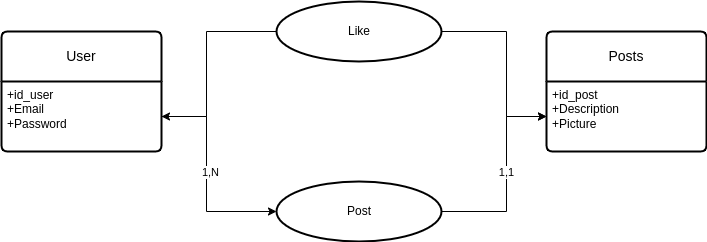
The draw.io diagram Diagram/Modélisation DB.drawio.png in Muking3/Project_API_Twitter, before a commit. Source tidied: cells renumbered, new cells last; positions are measured from the earlier drawing's top-left corner, leaving out a move shared by most shapes.
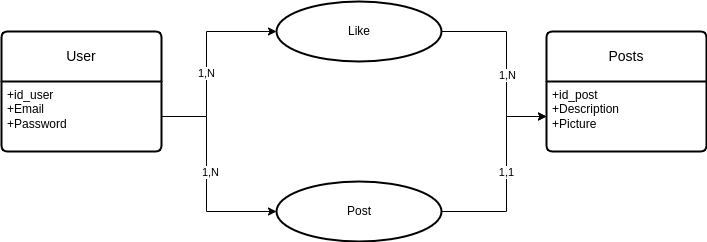
Above is the later version.

Commit message:
Mettre à jour Modélisation DB.drawio.png

The edit, as a diff of the source:
```diff
@@ -46,14 +46,6 @@
     <mxCell id="11" value="Post" style="text;html=1;strokeColor=none;fillColor=none;align=center;verticalAlign=middle;whiteSpace=wrap;rounded=0;" parent="1" vertex="1">
       <mxGeometry x="327.5" y="195" width="60" height="30" as="geometry" />
     </mxCell>
-    <mxCell id="12" style="edgeStyle=orthogonalEdgeStyle;rounded=0;jettySize=auto;html=1;entryX=1;entryY=0.5;entryDx=0;entryDy=0;" parent="1" edge="1" source="14" target="3">
-      <mxGeometry relative="1" as="geometry">
-        <Array as="points">
-          <mxPoint x="205" y="30" />
-          <mxPoint x="205" y="115" />
-        </Array>
-      </mxGeometry>
-    </mxCell>
     <mxCell id="13" style="edgeStyle=orthogonalEdgeStyle;rounded=0;jettySize=auto;html=1;exitX=1;exitY=0.5;exitDx=0;exitDy=0;entryX=0;entryY=0.5;entryDx=0;entryDy=0;" parent="1" edge="1" source="14" target="5">
       <mxGeometry relative="1" as="geometry">
         <Array as="points">
@@ -62,11 +54,25 @@
         </Array>
       </mxGeometry>
     </mxCell>
+    <mxCell id="16" value="1,N" style="edgeLabel;html=1;align=center;verticalAlign=middle;" parent="13" vertex="1">
+      <mxGeometry x="0.13" relative="1" as="geometry" />
+    </mxCell>
     <mxCell id="14" style="ellipse;whiteSpace=wrap;html=1;fontSize=14;fontStyle=0;startSize=50;rounded=1;strokeWidth=2;shadow=0;dashed=0;arcSize=4;" parent="1" vertex="1">
       <mxGeometry x="275" width="165" height="60" as="geometry" />
     </mxCell>
     <mxCell id="15" value="Like" style="text;html=1;strokeColor=none;fillColor=none;align=center;verticalAlign=middle;whiteSpace=wrap;rounded=0;" parent="1" vertex="1">
       <mxGeometry x="327.5" y="15" width="60" height="30" as="geometry" />
     </mxCell>
+    <mxCell id="17" style="edgeStyle=orthogonalEdgeStyle;rounded=0;jettySize=auto;html=1;exitX=1;exitY=0.5;exitDx=0;exitDy=0;entryX=0;entryY=0.5;entryDx=0;entryDy=0;" parent="1" edge="1" source="3" target="14">
+      <mxGeometry relative="1" as="geometry">
+        <Array as="points">
+          <mxPoint x="205" y="115" />
+          <mxPoint x="205" y="30" />
+        </Array>
+      </mxGeometry>
+    </mxCell>
+    <mxCell id="18" value="1,N" style="edgeLabel;html=1;align=center;verticalAlign=middle;" parent="17" vertex="1">
+      <mxGeometry x="-0.11" y="1" relative="1" as="geometry" />
+    </mxCell>
   </root>
 </mxGraphModel>
```
